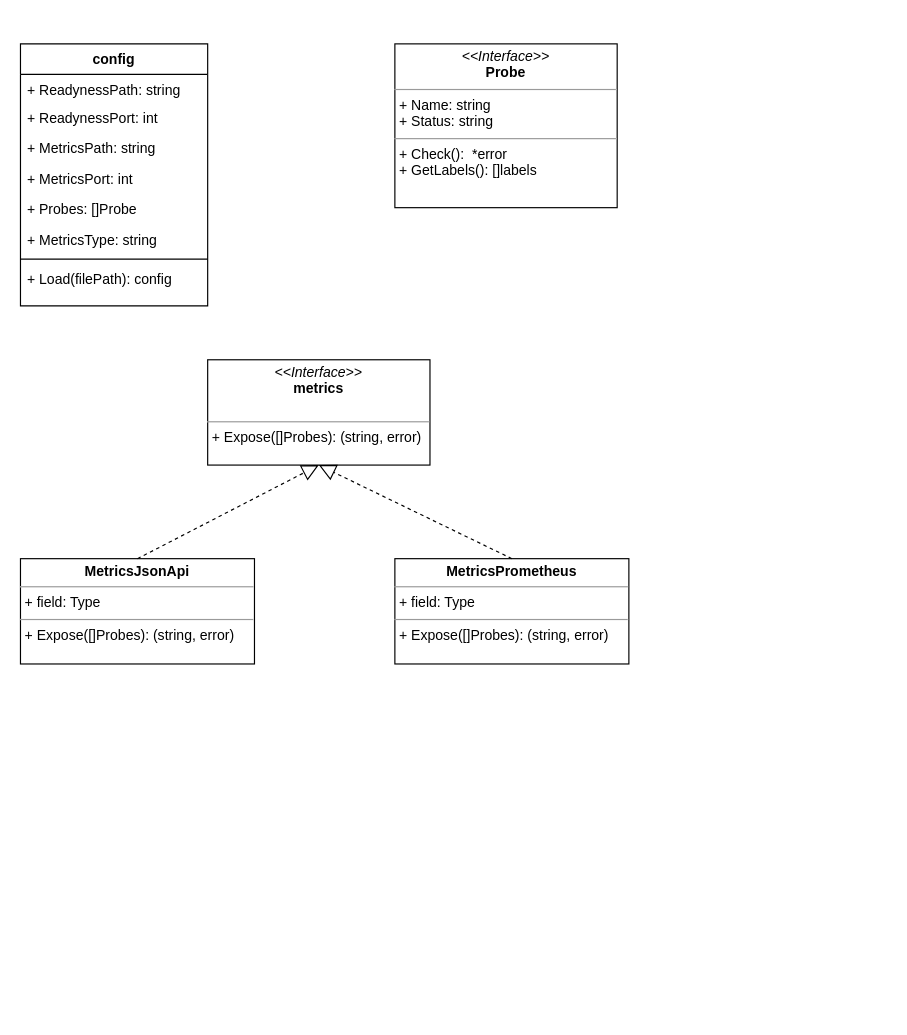
Before: diagram/model.drawio in two-devops/imready, a draw.io diagram. Source tidied: cells renumbered, new cells numbered last; positions are measured from the earlier drawing's top-left corner, leaving out a move shared by most shapes. Both pictures are drawn from the tidied source at 117%, with x=0, y=0 at pixel (20, 43).
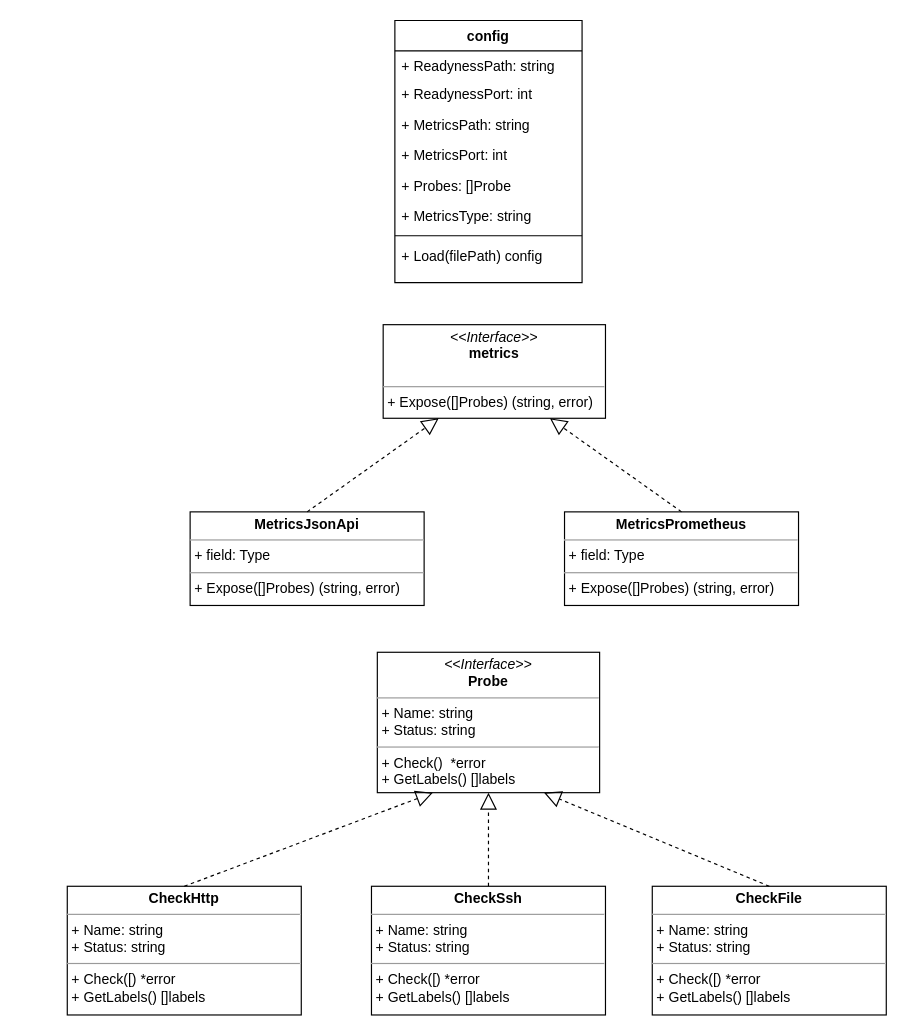
After the change.

Commit message:
Updated diagram, added class implementation.

Change to the diagram source:
```diff
@@
     <mxCell id="2" value="config" style="swimlane;fontStyle=1;align=center;verticalAlign=top;horizontal=1;startSize=26;" parent="1" vertex="1">
-      <mxGeometry width="160" height="224" as="geometry" />
+      <mxGeometry x="320" y="-20" width="160" height="224" as="geometry" />
     </mxCell>
@@
-    <mxCell id="10" value="+ Load(filePath): config" style="text;strokeColor=none;fillColor=none;align=left;verticalAlign=top;spacingLeft=4;spacingRight=4;overflow=hidden;" parent="2" vertex="1">
+    <mxCell id="10" value="+ Load(filePath) config" style="text;strokeColor=none;fillColor=none;align=left;verticalAlign=top;spacingLeft=4;spacingRight=4;overflow=hidden;" parent="2" vertex="1">
       <mxGeometry y="188" width="160" height="36" as="geometry" />
     </mxCell>
-    <mxCell id="11" value="&lt;p style=&quot;margin: 0px ; margin-top: 4px ; text-align: center&quot;&gt;&lt;i&gt;&amp;lt;&amp;lt;Interface&amp;gt;&amp;gt;&lt;/i&gt;&lt;br&gt;&lt;b&gt;Probe&lt;/b&gt;&lt;/p&gt;&lt;hr size=&quot;1&quot;&gt;&lt;p style=&quot;margin: 0px ; margin-left: 4px&quot;&gt;+ Name: string&lt;br&gt;&lt;/p&gt;&lt;p style=&quot;margin: 0px ; margin-left: 4px&quot;&gt;+ Status: string&lt;/p&gt;&lt;hr size=&quot;1&quot;&gt;&lt;p style=&quot;margin: 0px ; margin-left: 4px&quot;&gt;+ Check():&amp;nbsp; *error&lt;br&gt;+ GetLabels(): []labels&lt;/p&gt;" style="verticalAlign=top;align=left;overflow=fill;fontSize=12;fontFamily=Helvetica;html=1;" parent="1" vertex="1">
-      <mxGeometry x="320" width="190" height="140" as="geometry" />
+    <mxCell id="11" value="&lt;p style=&quot;margin: 0px ; margin-top: 4px ; text-align: center&quot;&gt;&lt;i&gt;&amp;lt;&amp;lt;Interface&amp;gt;&amp;gt;&lt;/i&gt;&lt;br&gt;&lt;b&gt;Probe&lt;/b&gt;&lt;/p&gt;&lt;hr size=&quot;1&quot;&gt;&lt;p style=&quot;margin: 0px ; margin-left: 4px&quot;&gt;+ Name: string&lt;br&gt;&lt;/p&gt;&lt;p style=&quot;margin: 0px ; margin-left: 4px&quot;&gt;+ Status: string&lt;/p&gt;&lt;hr size=&quot;1&quot;&gt;&lt;p style=&quot;margin: 0px ; margin-left: 4px&quot;&gt;+ Check()&amp;nbsp; *error&lt;br&gt;+ GetLabels() []labels&lt;/p&gt;" style="verticalAlign=top;align=left;overflow=fill;fontSize=12;fontFamily=Helvetica;html=1;" parent="1" vertex="1">
+      <mxGeometry x="305" y="520" width="190" height="120" as="geometry" />
     </mxCell>
-    <mxCell id="12" value="&lt;p style=&quot;margin: 0px ; margin-top: 4px ; text-align: center&quot;&gt;&lt;i&gt;&amp;lt;&amp;lt;Interface&amp;gt;&amp;gt;&lt;/i&gt;&lt;br&gt;&lt;span style=&quot;font-weight: 700&quot;&gt;metrics&lt;/span&gt;&lt;br&gt;&lt;/p&gt;&lt;p style=&quot;margin: 0px ; margin-left: 4px&quot;&gt;&lt;br&gt;&lt;/p&gt;&lt;hr size=&quot;1&quot;&gt;&lt;p style=&quot;margin: 0px ; margin-left: 4px&quot;&gt;+ Expose([]Probes): (string, error)&lt;/p&gt;" style="verticalAlign=top;align=left;overflow=fill;fontSize=12;fontFamily=Helvetica;html=1;" parent="1" vertex="1">
-      <mxGeometry x="160" y="270" width="190" height="90" as="geometry" />
+    <mxCell id="12" value="&lt;p style=&quot;margin: 0px ; margin-top: 4px ; text-align: center&quot;&gt;&lt;i&gt;&amp;lt;&amp;lt;Interface&amp;gt;&amp;gt;&lt;/i&gt;&lt;br&gt;&lt;span style=&quot;font-weight: 700&quot;&gt;metrics&lt;/span&gt;&lt;br&gt;&lt;/p&gt;&lt;p style=&quot;margin: 0px ; margin-left: 4px&quot;&gt;&lt;br&gt;&lt;/p&gt;&lt;hr size=&quot;1&quot;&gt;&lt;p style=&quot;margin: 0px ; margin-left: 4px&quot;&gt;+ Expose([]Probes) (string, error)&lt;/p&gt;" style="verticalAlign=top;align=left;overflow=fill;fontSize=12;fontFamily=Helvetica;html=1;" parent="1" vertex="1">
+      <mxGeometry x="310" y="240" width="190" height="80" as="geometry" />
     </mxCell>
-    <mxCell id="13" value="&lt;p style=&quot;margin: 0px ; margin-top: 4px ; text-align: center&quot;&gt;&lt;b&gt;MetricsPrometheus&lt;/b&gt;&lt;/p&gt;&lt;hr size=&quot;1&quot;&gt;&lt;p style=&quot;margin: 0px ; margin-left: 4px&quot;&gt;+ field: Type&lt;/p&gt;&lt;hr size=&quot;1&quot;&gt;&lt;p style=&quot;margin: 0px ; margin-left: 4px&quot;&gt;+ Expose([]Probes): (string, error)&lt;br&gt;&lt;/p&gt;" style="verticalAlign=top;align=left;overflow=fill;fontSize=12;fontFamily=Helvetica;html=1;" parent="1" vertex="1">
-      <mxGeometry x="320" y="440" width="200" height="90" as="geometry" />
+    <mxCell id="13" value="&lt;p style=&quot;margin: 0px ; margin-top: 4px ; text-align: center&quot;&gt;&lt;b&gt;MetricsPrometheus&lt;/b&gt;&lt;/p&gt;&lt;hr size=&quot;1&quot;&gt;&lt;p style=&quot;margin: 0px ; margin-left: 4px&quot;&gt;+ field: Type&lt;/p&gt;&lt;hr size=&quot;1&quot;&gt;&lt;p style=&quot;margin: 0px ; margin-left: 4px&quot;&gt;+ Expose([]Probes) (string, error)&lt;br&gt;&lt;/p&gt;" style="verticalAlign=top;align=left;overflow=fill;fontSize=12;fontFamily=Helvetica;html=1;" parent="1" vertex="1">
+      <mxGeometry x="465" y="400" width="200" height="80" as="geometry" />
     </mxCell>
-    <mxCell id="14" value="&lt;p style=&quot;margin: 0px ; margin-top: 4px ; text-align: center&quot;&gt;&lt;b&gt;MetricsJsonApi&lt;/b&gt;&lt;/p&gt;&lt;hr size=&quot;1&quot;&gt;&lt;p style=&quot;margin: 0px ; margin-left: 4px&quot;&gt;+ field: Type&lt;/p&gt;&lt;hr size=&quot;1&quot;&gt;&lt;p style=&quot;margin: 0px ; margin-left: 4px&quot;&gt;+ Expose([]Probes): (string, error)&lt;br&gt;&lt;/p&gt;" style="verticalAlign=top;align=left;overflow=fill;fontSize=12;fontFamily=Helvetica;html=1;" parent="1" vertex="1">
-      <mxGeometry y="440" width="200" height="90" as="geometry" />
+    <mxCell id="14" value="&lt;p style=&quot;margin: 0px ; margin-top: 4px ; text-align: center&quot;&gt;&lt;b&gt;MetricsJsonApi&lt;/b&gt;&lt;/p&gt;&lt;hr size=&quot;1&quot;&gt;&lt;p style=&quot;margin: 0px ; margin-left: 4px&quot;&gt;+ field: Type&lt;/p&gt;&lt;hr size=&quot;1&quot;&gt;&lt;p style=&quot;margin: 0px ; margin-left: 4px&quot;&gt;+ Expose([]Probes) (string, error)&lt;br&gt;&lt;/p&gt;" style="verticalAlign=top;align=left;overflow=fill;fontSize=12;fontFamily=Helvetica;html=1;" parent="1" vertex="1">
+      <mxGeometry x="145" y="400" width="200" height="80" as="geometry" />
     </mxCell>
-    <mxCell id="15" style="endArrow=block;dashed=1;endFill=0;endSize=12;html=1;exitX=0.5;exitY=0;exitDx=0;exitDy=0;entryX=0.5;entryY=1;entryDx=0;entryDy=0;" parent="1" edge="1" source="14" target="12">
+    <mxCell id="15" style="endArrow=block;dashed=1;endFill=0;endSize=12;html=1;exitX=0.5;exitY=0;exitDx=0;exitDy=0;entryX=0.25;entryY=1;entryDx=0;entryDy=0;" parent="1" edge="1" source="14" target="12">
       <mxGeometry relative="1" as="geometry" />
     </mxCell>
-    <mxCell id="16" style="endArrow=block;dashed=1;endFill=0;endSize=12;html=1;exitX=0.5;exitY=0;exitDx=0;exitDy=0;entryX=0.5;entryY=1;entryDx=0;entryDy=0;" parent="1" edge="1" source="13" target="12">
+    <mxCell id="16" style="endArrow=block;dashed=1;endFill=0;endSize=12;html=1;exitX=0.5;exitY=0;exitDx=0;exitDy=0;entryX=0.75;entryY=1;entryDx=0;entryDy=0;" parent="1" edge="1" source="13" target="12">
       <mxGeometry relative="1" as="geometry" />
     </mxCell>
+    <mxCell id="17" value="&lt;p style=&quot;margin: 0px ; margin-top: 4px ; text-align: center&quot;&gt;&lt;b&gt;CheckHttp&lt;/b&gt;&lt;/p&gt;&lt;hr size=&quot;1&quot;&gt;&lt;p style=&quot;margin: 0px ; margin-left: 4px&quot;&gt;+ Name: string&lt;/p&gt;&lt;p style=&quot;margin: 0px ; margin-left: 4px&quot;&gt;+ Status: string&lt;/p&gt;&lt;hr size=&quot;1&quot;&gt;&lt;p style=&quot;margin: 0px ; margin-left: 4px&quot;&gt;+ Check([) *error&lt;br&gt;&lt;/p&gt;&lt;p style=&quot;margin: 0px ; margin-left: 4px&quot;&gt;+ GetLabels() []labels&lt;/p&gt;" style="verticalAlign=top;align=left;overflow=fill;fontSize=12;fontFamily=Helvetica;html=1;" parent="1" vertex="1">
+      <mxGeometry x="40" y="720" width="200" height="110" as="geometry" />
+    </mxCell>
+    <mxCell id="18" value="&lt;p style=&quot;margin: 0px ; margin-top: 4px ; text-align: center&quot;&gt;&lt;b&gt;CheckSsh&lt;/b&gt;&lt;/p&gt;&lt;hr size=&quot;1&quot;&gt;&lt;p style=&quot;margin: 0px ; margin-left: 4px&quot;&gt;+ Name: string&lt;/p&gt;&lt;p style=&quot;margin: 0px ; margin-left: 4px&quot;&gt;+ Status: string&lt;/p&gt;&lt;hr size=&quot;1&quot;&gt;&lt;p style=&quot;margin: 0px ; margin-left: 4px&quot;&gt;+ Check([) *error&lt;br&gt;&lt;/p&gt;&lt;p style=&quot;margin: 0px ; margin-left: 4px&quot;&gt;+ GetLabels() []labels&lt;/p&gt;" style="verticalAlign=top;align=left;overflow=fill;fontSize=12;fontFamily=Helvetica;html=1;" parent="1" vertex="1">
+      <mxGeometry x="300" y="720" width="200" height="110" as="geometry" />
+    </mxCell>
+    <mxCell id="19" value="&lt;p style=&quot;margin: 0px ; margin-top: 4px ; text-align: center&quot;&gt;&lt;b&gt;CheckFile&lt;/b&gt;&lt;/p&gt;&lt;hr size=&quot;1&quot;&gt;&lt;p style=&quot;margin: 0px ; margin-left: 4px&quot;&gt;+ Name: string&lt;/p&gt;&lt;p style=&quot;margin: 0px ; margin-left: 4px&quot;&gt;+ Status: string&lt;/p&gt;&lt;hr size=&quot;1&quot;&gt;&lt;p style=&quot;margin: 0px ; margin-left: 4px&quot;&gt;+ Check([) *error&lt;br&gt;&lt;/p&gt;&lt;p style=&quot;margin: 0px ; margin-left: 4px&quot;&gt;+ GetLabels() []labels&lt;/p&gt;" style="verticalAlign=top;align=left;overflow=fill;fontSize=12;fontFamily=Helvetica;html=1;" parent="1" vertex="1">
+      <mxGeometry x="540" y="720" width="200" height="110" as="geometry" />
+    </mxCell>
+    <mxCell id="20" style="endArrow=block;dashed=1;endFill=0;endSize=12;html=1;exitX=0.5;exitY=0;exitDx=0;exitDy=0;entryX=0.25;entryY=1;entryDx=0;entryDy=0;" parent="1" edge="1" source="17" target="11">
+      <mxGeometry relative="1" as="geometry" />
+    </mxCell>
+    <mxCell id="21" style="endArrow=block;dashed=1;endFill=0;endSize=12;html=1;exitX=0.5;exitY=0;exitDx=0;exitDy=0;entryX=0.5;entryY=1;entryDx=0;entryDy=0;" parent="1" edge="1" source="18" target="11">
+      <mxGeometry relative="1" as="geometry" />
+    </mxCell>
+    <mxCell id="22" style="endArrow=block;dashed=1;endFill=0;endSize=12;html=1;entryX=0.75;entryY=1;entryDx=0;entryDy=0;exitX=0.5;exitY=0;exitDx=0;exitDy=0;" parent="1" edge="1" source="19" target="11">
+      <mxGeometry relative="1" as="geometry" />
+    </mxCell>
```
